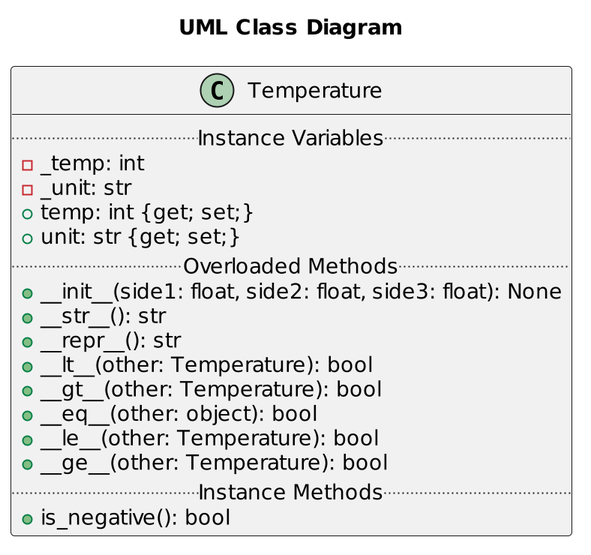
Above: demo-assignments/A1-OOP/cold/uml/Temperature.png in rambasnet/Object-Oriented-Programming-Design-Patterns (PlantUML), before the change. Its diagram source:
```plantuml
@startuml Temperature
scale 2
title "UML Class Diagram"

class Temperature {
    .. Instance Variables ..
    - _temp: int
    - _unit: str
    + temp: int {get; set;}
    + unit: str {get; set;}
    .. Overloaded Methods ..
    + __init__(side1: float, side2: float, side3: float): None
    + __str__(): str
    + __repr__(): str
    + __lt__(other: Temperature): bool
    + __gt__(other: Temperature): bool
    + __eq__(other: object): bool
    + __le__(other: Temperature): bool
    + __ge__(other: Temperature): bool
    .. Instance Methods ..
    + is_negative(): bool
}
@enduml
```
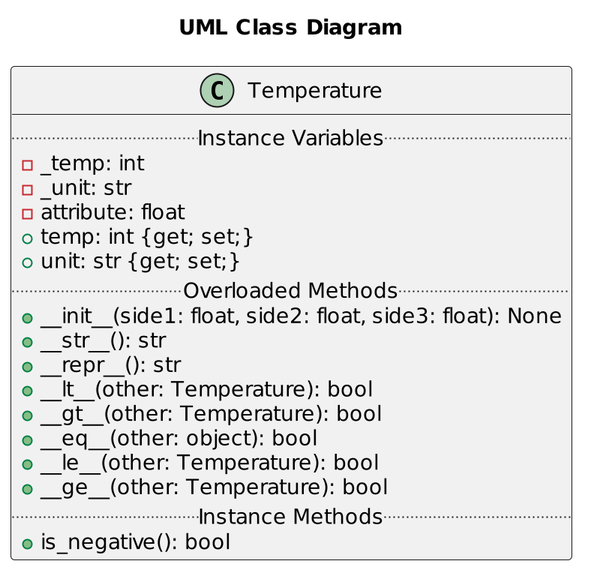
After the commit.

The edit, as a diff of the source:
```diff
@@ -6,6 +6,7 @@
     .. Instance Variables ..
     - _temp: int
     - _unit: str
+    - attribute: float
     + temp: int {get; set;}
     + unit: str {get; set;}
     .. Overloaded Methods ..
```
